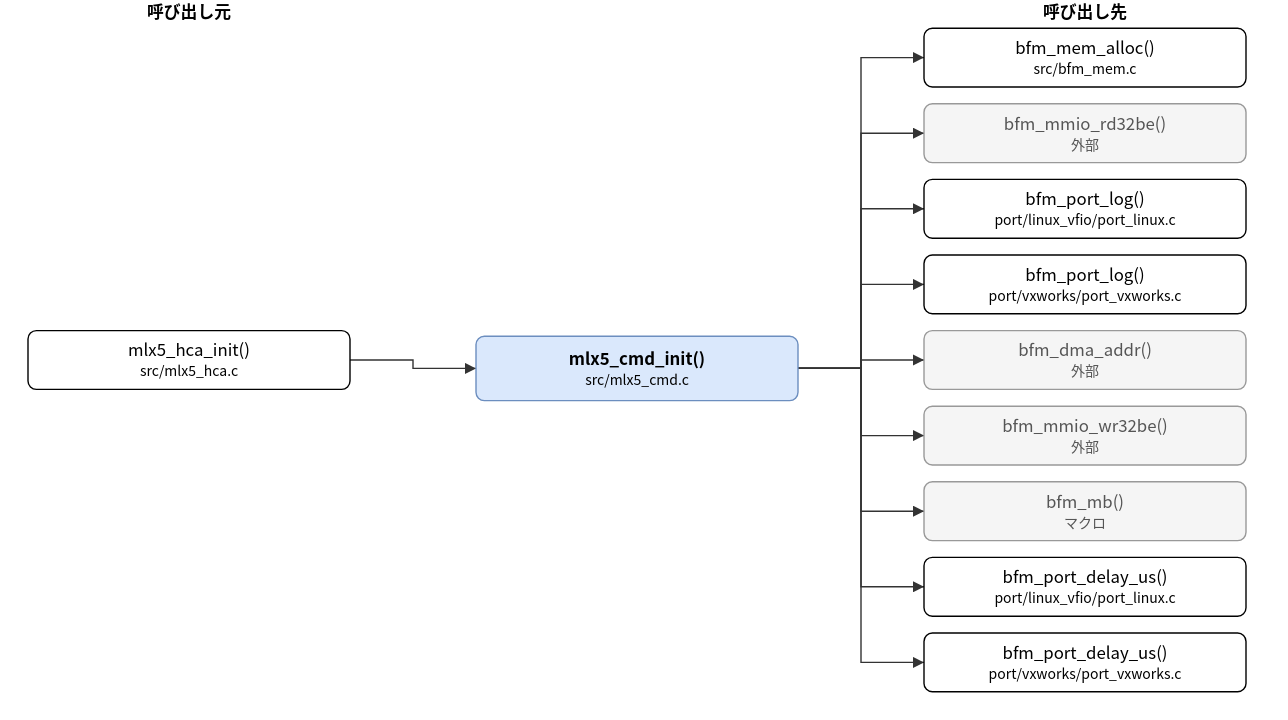
hf355051012-ai/bfmem keeps this draw.io diagram as doc/spec/images/call_src_mlx5_cmd-mlx5_cmd_init.drawio.svg. Above is the earlier version. Source tidied: cells renumbered, new cells last; positions are measured from the earlier drawing's top-left corner, leaving out a move shared by most shapes.
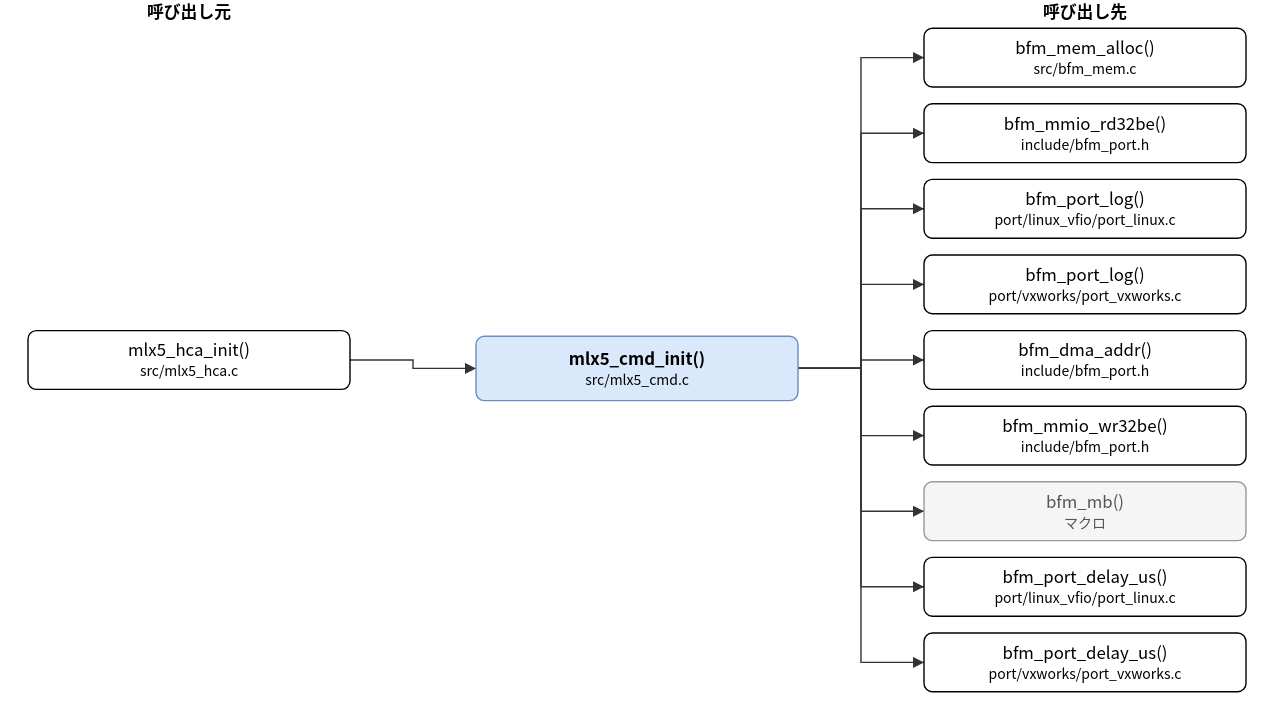
Later version of the same file.

Change to the diagram source:
```diff
@@ -11,7 +11,7 @@
     <mxCell id="4" value="bfm_mem_alloc()&lt;br&gt;&lt;font style=&quot;font-size:10px&quot;&gt;src/bfm_mem.c&lt;/font&gt;" style="rounded=1;whiteSpace=wrap;html=1;" parent="1" vertex="1">
       <mxGeometry x="640" y="20" width="230" height="42" as="geometry" />
     </mxCell>
-    <mxCell id="5" value="bfm_mmio_rd32be()&lt;br&gt;&lt;font style=&quot;font-size:10px&quot;&gt;外部&lt;/font&gt;" style="rounded=1;whiteSpace=wrap;html=1;fillColor=#f5f5f5;strokeColor=#999999;fontColor=#555555;" parent="1" vertex="1">
+    <mxCell id="5" value="bfm_mmio_rd32be()&lt;br&gt;&lt;font style=&quot;font-size:10px&quot;&gt;include/bfm_port.h&lt;/font&gt;" style="rounded=1;whiteSpace=wrap;html=1;" parent="1" vertex="1">
       <mxGeometry x="640" y="74" width="230" height="42" as="geometry" />
     </mxCell>
     <mxCell id="6" value="bfm_port_log()&lt;br&gt;&lt;font style=&quot;font-size:10px&quot;&gt;port/linux_vfio/port_linux.c&lt;/font&gt;" style="rounded=1;whiteSpace=wrap;html=1;" parent="1" vertex="1">
@@ -20,10 +20,10 @@
     <mxCell id="7" value="bfm_port_log()&lt;br&gt;&lt;font style=&quot;font-size:10px&quot;&gt;port/vxworks/port_vxworks.c&lt;/font&gt;" style="rounded=1;whiteSpace=wrap;html=1;" parent="1" vertex="1">
       <mxGeometry x="640" y="182" width="230" height="42" as="geometry" />
     </mxCell>
-    <mxCell id="8" value="bfm_dma_addr()&lt;br&gt;&lt;font style=&quot;font-size:10px&quot;&gt;外部&lt;/font&gt;" style="rounded=1;whiteSpace=wrap;html=1;fillColor=#f5f5f5;strokeColor=#999999;fontColor=#555555;" parent="1" vertex="1">
+    <mxCell id="8" value="bfm_dma_addr()&lt;br&gt;&lt;font style=&quot;font-size:10px&quot;&gt;include/bfm_port.h&lt;/font&gt;" style="rounded=1;whiteSpace=wrap;html=1;" parent="1" vertex="1">
       <mxGeometry x="640" y="236" width="230" height="42" as="geometry" />
     </mxCell>
-    <mxCell id="9" value="bfm_mmio_wr32be()&lt;br&gt;&lt;font style=&quot;font-size:10px&quot;&gt;外部&lt;/font&gt;" style="rounded=1;whiteSpace=wrap;html=1;fillColor=#f5f5f5;strokeColor=#999999;fontColor=#555555;" parent="1" vertex="1">
+    <mxCell id="9" value="bfm_mmio_wr32be()&lt;br&gt;&lt;font style=&quot;font-size:10px&quot;&gt;include/bfm_port.h&lt;/font&gt;" style="rounded=1;whiteSpace=wrap;html=1;" parent="1" vertex="1">
       <mxGeometry x="640" y="290" width="230" height="42" as="geometry" />
     </mxCell>
     <mxCell id="10" value="bfm_mb()&lt;br&gt;&lt;font style=&quot;font-size:10px&quot;&gt;マクロ&lt;/font&gt;" style="rounded=1;whiteSpace=wrap;html=1;fillColor=#f5f5f5;strokeColor=#999999;fontColor=#555555;" parent="1" vertex="1">
```
